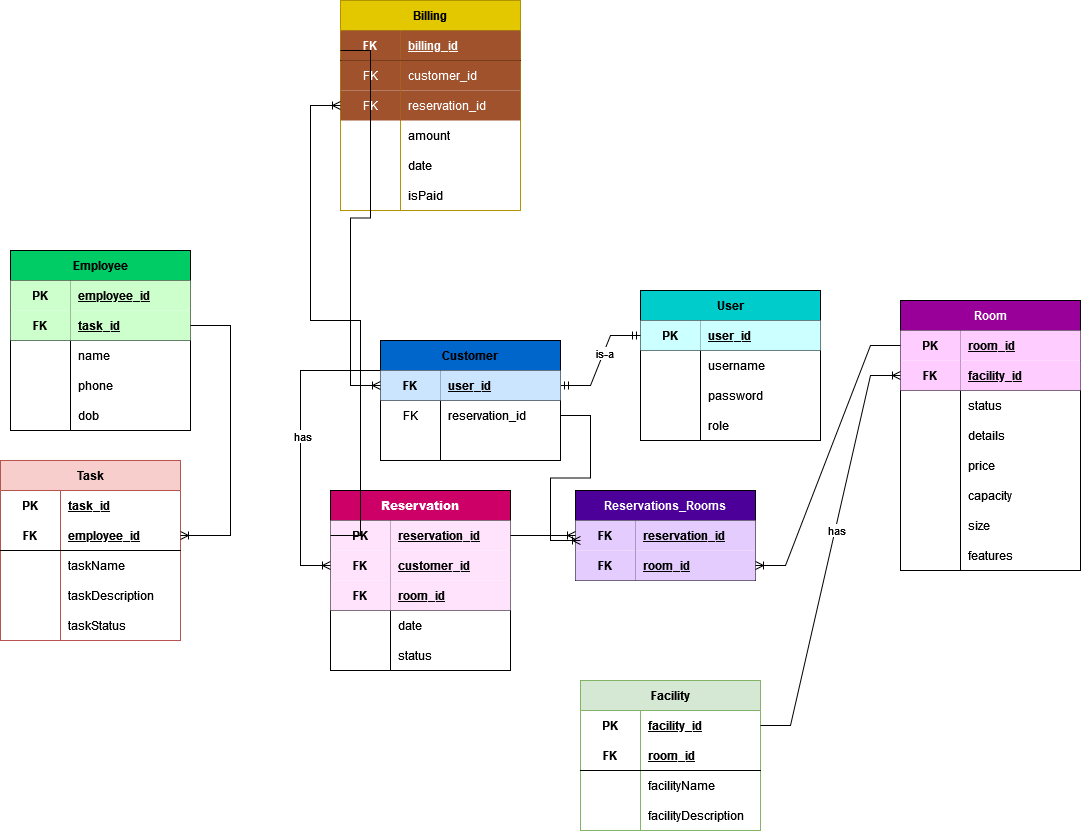
The draw.io diagram HotelManagmentSystemER.drawio.png in dana-akesh/hotel-management-system, before a commit. Source tidied: cells renumbered, new cells last; positions are measured from the earlier drawing's top-left corner, leaving out a move shared by most shapes.
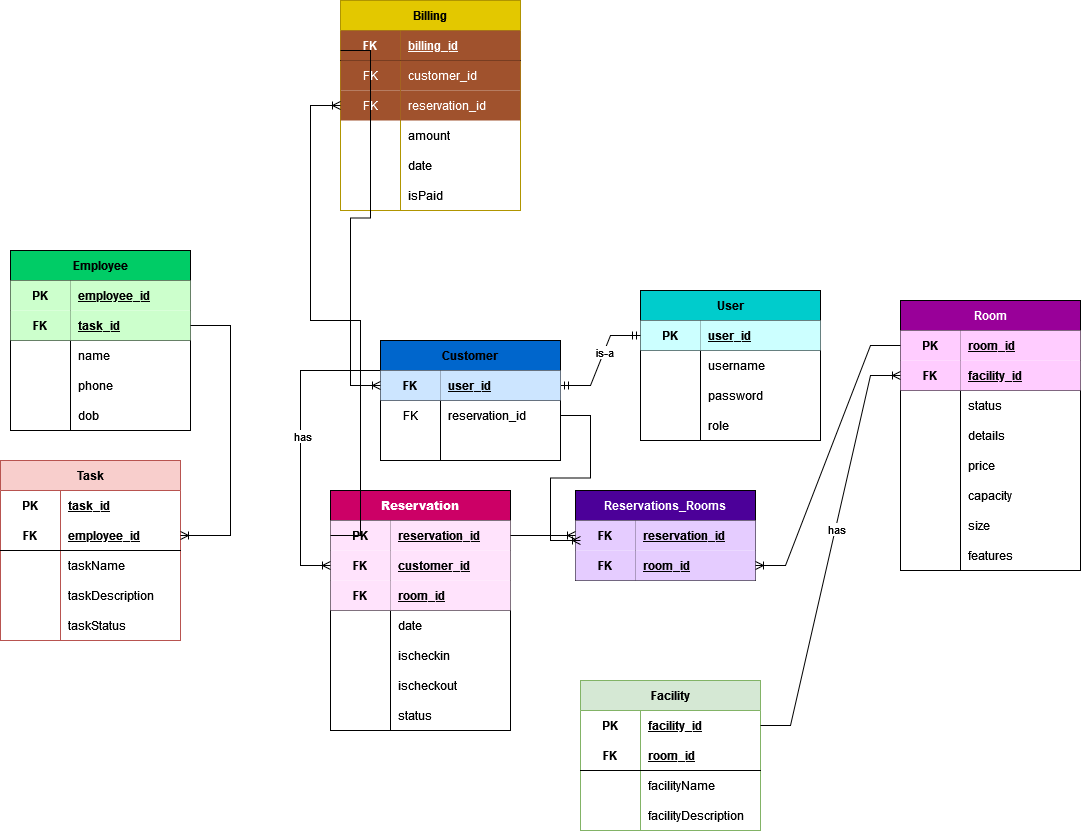
Later version of the same file.

Change to the diagram source:
```diff
@@ -126,7 +126,7 @@
       <mxGeometry x="60" width="120" height="30" as="geometry" />
     </mxCell>
     <mxCell id="43" value="&lt;b&gt;&lt;font color=&quot;#ffffff&quot;&gt;Reservation&lt;/font&gt;&lt;/b&gt;" style="shape=table;startSize=30;rowLines=0;fontStyle=1;align=center;html=1;whiteSpace=wrap;fillColor=#CC0066;" parent="1" vertex="1">
-      <mxGeometry x="330" y="490" width="180" height="180" as="geometry" />
+      <mxGeometry x="330" y="490" width="180" height="240" as="geometry" />
     </mxCell>
     <mxCell id="44" style="shape=tableRow;horizontal=0;startSize=0;swimlaneHead=0;swimlaneBody=0;fillColor=none;points=[[0,0.5],[1,0.5]];portConstraint=eastwest;top=0;left=0;right=0;bottom=0;html=1;" parent="43" vertex="1">
       <mxGeometry y="30" width="180" height="30" as="geometry" />
@@ -164,8 +164,26 @@
     <mxCell id="55" value="date" style="shape=partialRectangle;fillColor=none;top=0;left=0;bottom=0;right=0;align=left;spacingLeft=6;overflow=hidden;html=1;whiteSpace=wrap;" parent="53" vertex="1">
       <mxGeometry x="60" width="120" height="30" as="geometry" />
     </mxCell>
+    <mxCell id="149" style="shape=tableRow;horizontal=0;startSize=0;swimlaneHead=0;swimlaneBody=0;fillColor=none;top=0;left=0;right=0;bottom=0;" parent="43" vertex="1">
+      <mxGeometry y="150" width="180" height="30" as="geometry" />
+    </mxCell>
+    <mxCell id="150" style="shape=partialRectangle;fillColor=none;top=0;left=0;bottom=0;right=0;overflow=hidden;" parent="149" vertex="1">
+      <mxGeometry width="60" height="30" as="geometry" />
+    </mxCell>
+    <mxCell id="151" value="ischeckin" style="shape=partialRectangle;fillColor=none;top=0;left=0;bottom=0;right=0;align=left;spacingLeft=6;overflow=hidden;" parent="149" vertex="1">
+      <mxGeometry x="60" width="120" height="30" as="geometry" />
+    </mxCell>
+    <mxCell id="152" style="shape=tableRow;horizontal=0;startSize=0;swimlaneHead=0;swimlaneBody=0;fillColor=none;top=0;left=0;right=0;bottom=0;" parent="43" vertex="1">
+      <mxGeometry y="180" width="180" height="30" as="geometry" />
+    </mxCell>
+    <mxCell id="153" style="shape=partialRectangle;fillColor=none;top=0;left=0;bottom=0;right=0;overflow=hidden;" parent="152" vertex="1">
+      <mxGeometry width="60" height="30" as="geometry" />
+    </mxCell>
+    <mxCell id="154" value="ischeckout" style="shape=partialRectangle;fillColor=none;top=0;left=0;bottom=0;right=0;align=left;spacingLeft=6;overflow=hidden;" parent="152" vertex="1">
+      <mxGeometry x="60" width="120" height="30" as="geometry" />
+    </mxCell>
     <mxCell id="56" style="shape=tableRow;horizontal=0;startSize=0;swimlaneHead=0;swimlaneBody=0;fillColor=none;top=0;left=0;right=0;bottom=0;html=1;" parent="43" vertex="1">
-      <mxGeometry y="150" width="180" height="30" as="geometry" />
+      <mxGeometry y="210" width="180" height="30" as="geometry" />
     </mxCell>
     <mxCell id="57" style="shape=partialRectangle;fillColor=none;top=0;left=0;bottom=0;right=0;overflow=hidden;html=1;whiteSpace=wrap;" parent="56" vertex="1">
       <mxGeometry width="60" height="30" as="geometry" />
```
